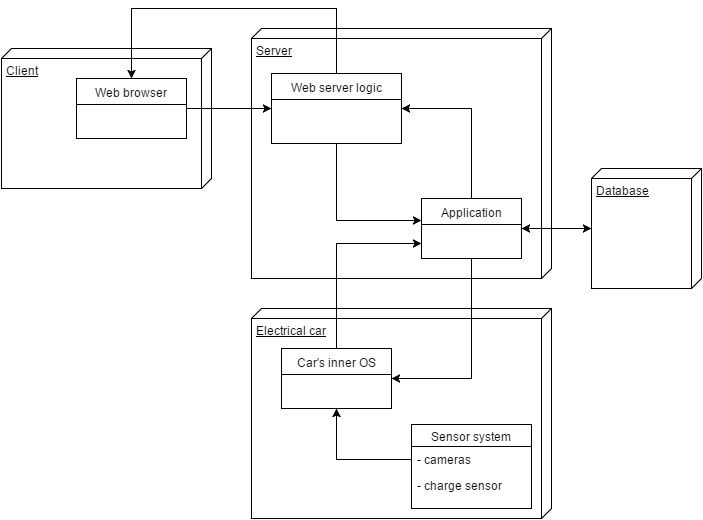
Earlier version of the draw.io export DD/images/hlcomponents.png (froart/SE2FJ). Source tidied: cells renumbered, new cells last; positions are measured from the earlier drawing's top-left corner, leaving out a move shared by most shapes. Source of this version:
```xml
<mxGraphModel>
  <root>
    <mxCell id="0" />
    <mxCell id="1" parent="0" />
    <mxCell id="2" value="Client" style="verticalAlign=top;align=left;spacingTop=8;spacingLeft=2;spacingRight=12;shape=cube;size=10;direction=south;fontStyle=4;html=1;" parent="1" vertex="1">
      <mxGeometry y="40" width="210" height="140" as="geometry" />
    </mxCell>
    <mxCell id="3" value="Server" style="verticalAlign=top;align=left;spacingTop=8;spacingLeft=2;spacingRight=12;shape=cube;size=10;direction=south;fontStyle=4;html=1;" parent="1" vertex="1">
      <mxGeometry x="250" y="20" width="300" height="250" as="geometry" />
    </mxCell>
    <mxCell id="4" value="Web browser" style="swimlane;html=1;fontStyle=0;horizontal=1;startSize=26;fillColor=none;swimlaneFillColor=#ffffff;" parent="1" vertex="1">
      <mxGeometry x="75" y="70" width="110" height="60" as="geometry" />
    </mxCell>
    <mxCell id="5" value="Web server logic" style="swimlane;html=1;fontStyle=0;horizontal=1;startSize=26;fillColor=none;swimlaneFillColor=#ffffff;" parent="1" vertex="1">
      <mxGeometry x="270" y="65" width="130" height="70" as="geometry" />
    </mxCell>
    <mxCell id="6" value="Application" style="swimlane;html=1;fontStyle=0;horizontal=1;startSize=26;fillColor=none;swimlaneFillColor=#ffffff;" parent="1" vertex="1">
      <mxGeometry x="420" y="190" width="100" height="60" as="geometry" />
    </mxCell>
    <mxCell id="7" value="Electrical car" style="verticalAlign=top;align=left;spacingTop=8;spacingLeft=2;spacingRight=12;shape=cube;size=10;direction=south;fontStyle=4;html=1;" parent="1" vertex="1">
      <mxGeometry x="250" y="300" width="300" height="210" as="geometry" />
    </mxCell>
    <mxCell id="8" value="Car's inner OS" style="swimlane;html=1;fontStyle=0;horizontal=1;startSize=26;fillColor=none;swimlaneFillColor=#ffffff;" parent="1" vertex="1">
      <mxGeometry x="280" y="340" width="110" height="60" as="geometry" />
    </mxCell>
    <mxCell id="9" value="Sensor system" style="swimlane;html=1;fontStyle=0;horizontal=1;startSize=22;fillColor=none;swimlaneFillColor=#ffffff;align=center;" parent="1" vertex="1">
      <mxGeometry x="410" y="416" width="120" height="84" as="geometry" />
    </mxCell>
    <mxCell id="10" value="- cameras" style="text;html=1;strokeColor=none;fillColor=none;spacingLeft=4;spacingRight=4;whiteSpace=wrap;overflow=hidden;points=[[0,0.5],[1,0.5]];portConstraint=eastwest;" parent="9" vertex="1">
      <mxGeometry y="22" width="120" height="26" as="geometry" />
    </mxCell>
    <mxCell id="11" value="- charge sensor" style="text;html=1;strokeColor=none;fillColor=none;spacingLeft=4;spacingRight=4;whiteSpace=wrap;overflow=hidden;" parent="9" vertex="1">
      <mxGeometry y="48" width="120" height="26" as="geometry" />
    </mxCell>
    <mxCell id="12" style="endArrow=classic;html=1;exitX=1;exitY=0.5;entryX=0;entryY=0.5;" parent="1" edge="1" source="4" target="5">
      <mxGeometry relative="1" as="geometry" />
    </mxCell>
    <mxCell id="13" style="endArrow=classic;html=1;exitX=0.5;exitY=0;rounded=0;entryX=0.5;entryY=0;" parent="1" edge="1" source="5" target="4">
      <mxGeometry relative="1" as="geometry">
        <Array as="points">
          <mxPoint x="335" />
          <mxPoint x="130" />
        </Array>
      </mxGeometry>
    </mxCell>
    <mxCell id="14" style="endArrow=classic;html=1;entryX=1;entryY=0.5;exitX=0.5;exitY=0;rounded=0;" parent="1" edge="1" source="6" target="5">
      <mxGeometry relative="1" as="geometry">
        <Array as="points">
          <mxPoint x="470" y="100" />
        </Array>
      </mxGeometry>
    </mxCell>
    <mxCell id="15" style="endArrow=classic;html=1;entryX=0;entryY=0.367;exitX=0.5;exitY=1;rounded=0;entryPerimeter=0;" parent="1" edge="1" source="5" target="6">
      <mxGeometry relative="1" as="geometry">
        <Array as="points">
          <mxPoint x="335" y="212" />
        </Array>
      </mxGeometry>
    </mxCell>
    <mxCell id="16" style="endArrow=classic;html=1;entryX=0;entryY=0.75;exitX=0.5;exitY=0;rounded=0;" parent="1" edge="1" source="8" target="6">
      <mxGeometry relative="1" as="geometry">
        <Array as="points">
          <mxPoint x="335" y="235" />
        </Array>
      </mxGeometry>
    </mxCell>
    <mxCell id="17" style="endArrow=classic;html=1;entryX=1;entryY=0.5;rounded=0;exitX=0.5;exitY=1;" parent="1" edge="1" source="6" target="8">
      <mxGeometry relative="1" as="geometry">
        <Array as="points">
          <mxPoint x="470" y="370" />
        </Array>
      </mxGeometry>
    </mxCell>
    <mxCell id="18" style="endArrow=classic;html=1;entryX=0.5;entryY=1;rounded=0;exitX=0;exitY=0.5;" parent="1" edge="1" source="10" target="8">
      <mxGeometry relative="1" as="geometry">
        <Array as="points">
          <mxPoint x="335" y="451" />
        </Array>
      </mxGeometry>
    </mxCell>
    <mxCell id="19" value="Database" style="verticalAlign=top;align=left;spacingTop=8;spacingLeft=2;spacingRight=12;shape=cube;size=10;direction=south;fontStyle=4;html=1;" parent="1" vertex="1">
      <mxGeometry x="590" y="160" width="110" height="120" as="geometry" />
    </mxCell>
    <mxCell id="20" style="endArrow=classic;startArrow=classic;html=1;entryX=0.5;entryY=1;exitX=1;exitY=0.5;" parent="1" edge="1" source="6" target="19">
      <mxGeometry relative="1" as="geometry" />
    </mxCell>
  </root>
</mxGraphModel>
```
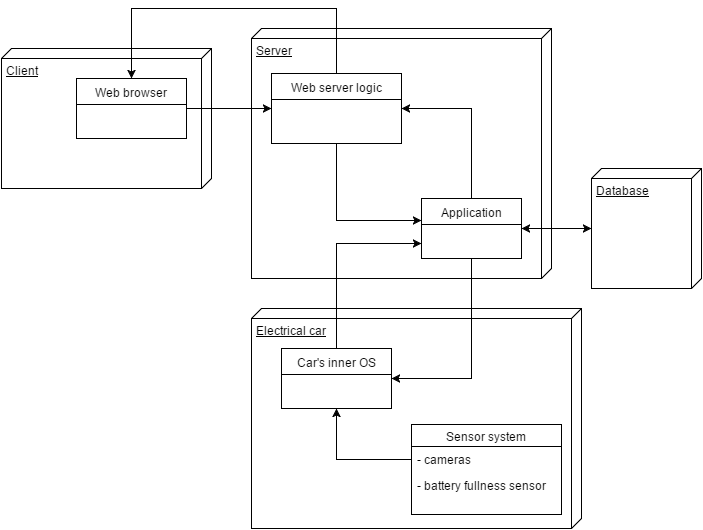
The same diagram one commit later.

The edit, as a diff of the source:
```diff
@@ -18,19 +18,19 @@
       <mxGeometry x="420" y="190" width="100" height="60" as="geometry" />
     </mxCell>
     <mxCell id="7" value="Electrical car" style="verticalAlign=top;align=left;spacingTop=8;spacingLeft=2;spacingRight=12;shape=cube;size=10;direction=south;fontStyle=4;html=1;" parent="1" vertex="1">
-      <mxGeometry x="250" y="300" width="300" height="210" as="geometry" />
+      <mxGeometry x="250" y="300" width="330" height="220" as="geometry" />
     </mxCell>
     <mxCell id="8" value="Car's inner OS" style="swimlane;html=1;fontStyle=0;horizontal=1;startSize=26;fillColor=none;swimlaneFillColor=#ffffff;" parent="1" vertex="1">
       <mxGeometry x="280" y="340" width="110" height="60" as="geometry" />
     </mxCell>
     <mxCell id="9" value="Sensor system" style="swimlane;html=1;fontStyle=0;horizontal=1;startSize=22;fillColor=none;swimlaneFillColor=#ffffff;align=center;" parent="1" vertex="1">
-      <mxGeometry x="410" y="416" width="120" height="84" as="geometry" />
+      <mxGeometry x="410" y="416" width="150" height="90" as="geometry" />
     </mxCell>
     <mxCell id="10" value="- cameras" style="text;html=1;strokeColor=none;fillColor=none;spacingLeft=4;spacingRight=4;whiteSpace=wrap;overflow=hidden;points=[[0,0.5],[1,0.5]];portConstraint=eastwest;" parent="9" vertex="1">
-      <mxGeometry y="22" width="120" height="26" as="geometry" />
+      <mxGeometry y="22" width="150" height="26" as="geometry" />
     </mxCell>
-    <mxCell id="11" value="- charge sensor" style="text;html=1;strokeColor=none;fillColor=none;spacingLeft=4;spacingRight=4;whiteSpace=wrap;overflow=hidden;" parent="9" vertex="1">
-      <mxGeometry y="48" width="120" height="26" as="geometry" />
+    <mxCell id="11" value="- battery fullness sensor" style="text;html=1;strokeColor=none;fillColor=none;spacingLeft=4;spacingRight=4;whiteSpace=wrap;overflow=hidden;" parent="9" vertex="1">
+      <mxGeometry y="48" width="150" height="42" as="geometry" />
     </mxCell>
     <mxCell id="12" style="endArrow=classic;html=1;exitX=1;exitY=0.5;entryX=0;entryY=0.5;" parent="1" edge="1" source="4" target="5">
       <mxGeometry relative="1" as="geometry" />
```
